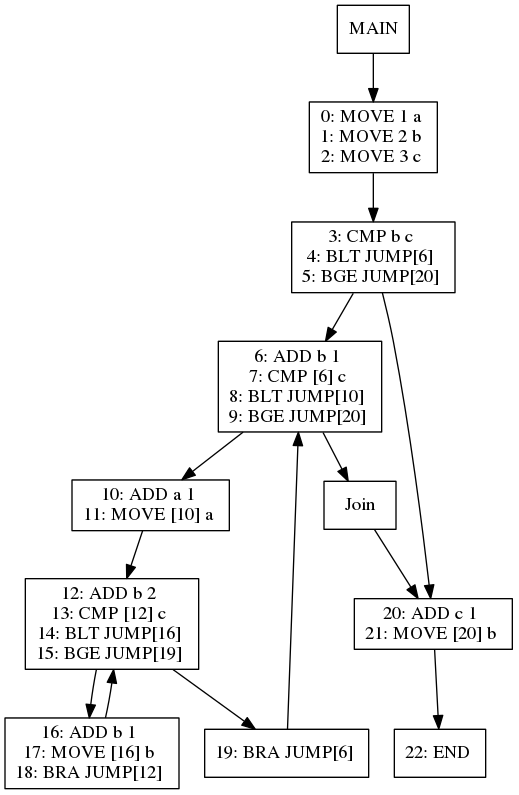
Before: viz/test030.dot.png, a diagram exported from Graphviz (jiahanwang/PL241-Compiler). Its source is kept beside it as viz/test030.dot.
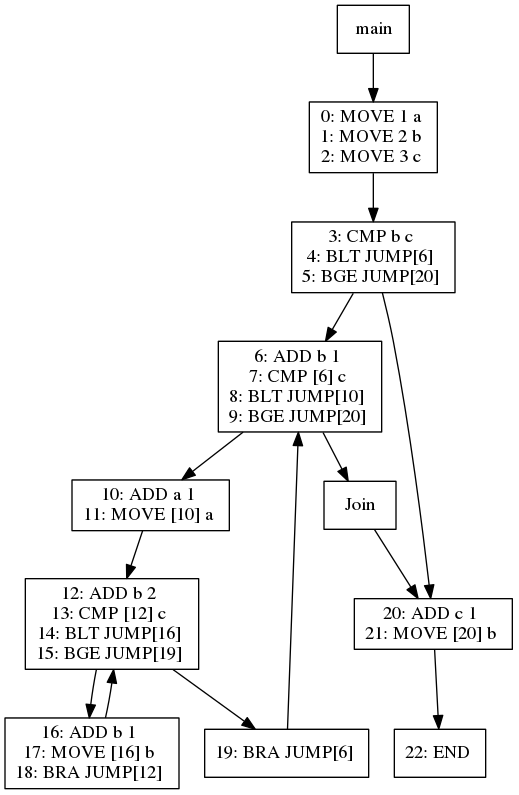
Later version of the same file.

Change to the diagram source:
```diff
@@ -1,50 +1,50 @@
 digraph test030 {
 node [shape=box]
-1[label="MAIN"]
-1 -> 3
-3[label="0: MOVE 1 a
+532[label="main"]
+532 -> 534
+534[label="0: MOVE 1 a
 1: MOVE 2 b
 2: MOVE 3 c
 "]
-3 -> 6
-6[label="3: CMP b c
+534 -> 537
+537[label="3: CMP b c
 4: BLT JUMP[6]
 5: BGE JUMP[20]
 "]
-6 -> 8
-8[label="6: ADD b 1
+537 -> 539
+539[label="6: ADD b 1
 7: CMP [6] c
 8: BLT JUMP[10]
 9: BGE JUMP[20]
 "]
-8 -> 10
-10[label="10: ADD a 1
+539 -> 541
+541[label="10: ADD a 1
 11: MOVE [10] a
 "]
-10 -> 11
-11[label="12: ADD b 2
+541 -> 542
+542[label="12: ADD b 2
 13: CMP [12] c
 14: BLT JUMP[16]
 15: BGE JUMP[19]
 "]
-11 -> 13
-13[label="16: ADD b 1
+542 -> 544
+544[label="16: ADD b 1
 17: MOVE [16] b
 18: BRA JUMP[12]
 "]
-13 -> 11
-11 -> 12
-12[label="19: BRA JUMP[6]
+544 -> 542
+542 -> 543
+543[label="19: BRA JUMP[6]
 "]
-12 -> 8
-8 -> 9
-9[label="Join"]
-9 -> 7
-7[label="20: ADD c 1
+543 -> 539
+539 -> 540
+540[label="Join"]
+540 -> 538
+538[label="20: ADD c 1
 21: MOVE [20] b
 "]
-7 -> 15
-15[label="22: END
+538 -> 546
+546[label="22: END
 "]
-6 -> 7
+537 -> 538
 }
```
